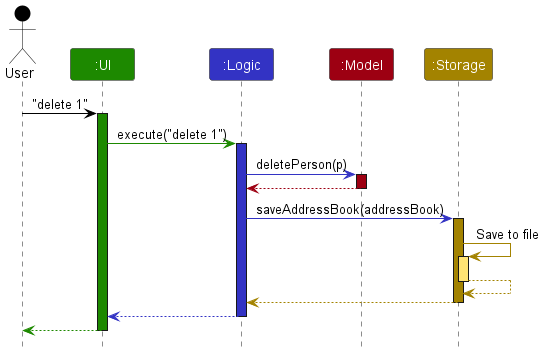
nus-cs2103-AY2425S1/tp keeps this PlantUML diagram as docs/images/ArchitectureSequenceDiagram.png. Above is the earlier version. Its source is kept beside it as docs/diagrams/ArchitectureSequenceDiagram.puml.
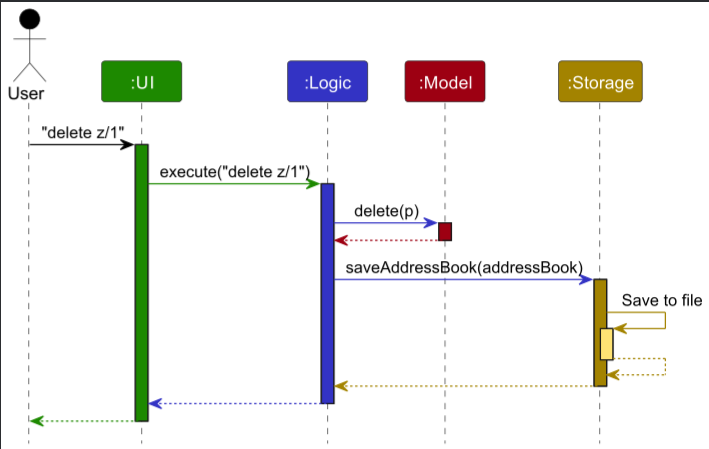
The same diagram one commit later.

The edit, as a diff of the source:
```diff
@@ -8,13 +8,13 @@
 Participant ":Model" as model MODEL_COLOR
 Participant ":Storage" as storage STORAGE_COLOR
 
-user -[USER_COLOR]> ui : "deletePatient 1"
+user -[USER_COLOR]> ui : "delete z/1"
 activate ui UI_COLOR
 
-ui -[UI_COLOR]> logic : execute("deletePatient 1")
+ui -[UI_COLOR]> logic : execute("delete z/1")
 activate logic LOGIC_COLOR
 
-logic -[LOGIC_COLOR]> model : deletePerson(p)
+logic -[LOGIC_COLOR]> model : delete(p)
 activate model MODEL_COLOR
 
 model -[MODEL_COLOR]-> logic
```
